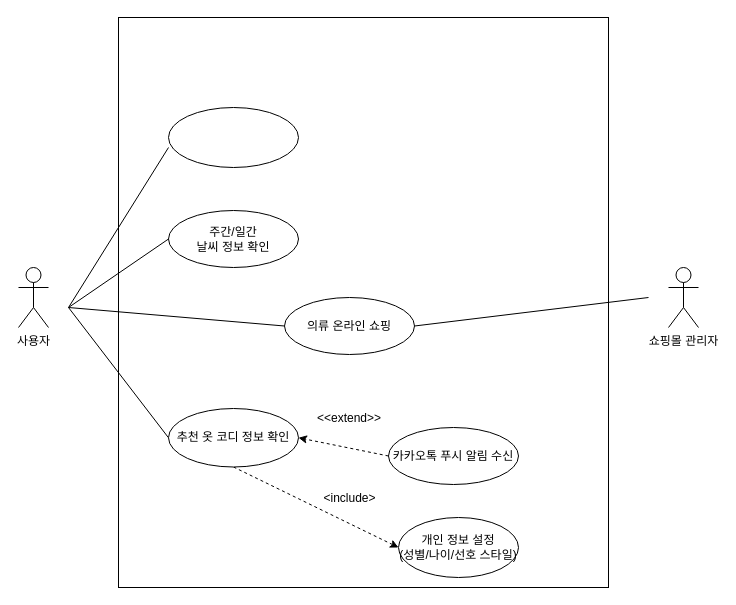
This is Untitled Diagram.drawio from dlwlsdn201/2020CapstonDesign_OOTD-Project, a draw.io file, before an edit. Source tidied: cells renumbered, new cells numbered last; positions are measured from the earlier drawing's top-left corner, leaving out a move shared by most shapes. Both pictures are drawn from the tidied source at 100%, with x=0, y=0 at pixel (18, 17).
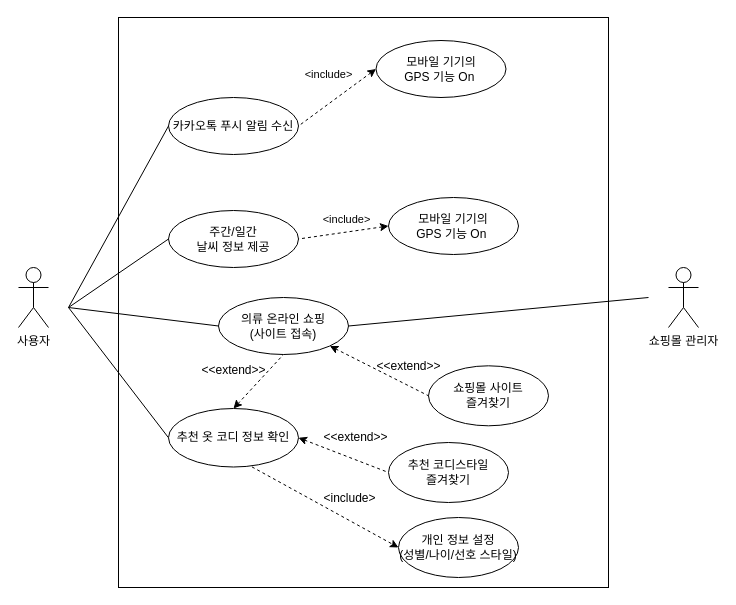
Above is the later version.

Commit message:
Update OOTD Project Diagram

The change refers to these unchanged cells:
```xml
<mxCell id="10" value="추천 옷 코디 정보 확인" style="ellipse;whiteSpace=wrap;html=1;" parent="1" vertex="1">
  <mxGeometry x="150" y="391" width="130" height="58.5" as="geometry" />
</mxCell>
<mxCell id="12" value="개인 정보 설정&lt;br&gt;(성별/나이/선호 스타일)" style="ellipse;whiteSpace=wrap;html=1;" parent="1" vertex="1">
  <mxGeometry x="380" y="500" width="120" height="60" as="geometry" />
</mxCell>
```

Change to the diagram source:
```diff
@@
-    <mxCell id="5" style="edgeStyle=none;rounded=0;orthogonalLoop=1;jettySize=auto;html=1;endArrow=none;endFill=0;" parent="1" edge="1">
+    <mxCell id="5" style="edgeStyle=none;rounded=0;jettySize=auto;html=1;endArrow=none;endFill=0;entryX=0;entryY=0.5;entryDx=0;entryDy=0;" parent="1" edge="1" target="16">
       <mxGeometry relative="1" as="geometry">
         <mxPoint x="50" y="290" as="sourcePoint" />
-        <mxPoint x="150" y="130" as="targetPoint" />
       </mxGeometry>
     </mxCell>
@@
-    <mxCell id="8" value="주간/일간&lt;br&gt;날씨 정보 확인" style="ellipse;whiteSpace=wrap;html=1;" parent="1" vertex="1">
+    <mxCell id="8" value="주간/일간&lt;br&gt;날씨 정보 제공" style="ellipse;whiteSpace=wrap;html=1;" parent="1" vertex="1">
       <mxGeometry x="150" y="193" width="130" height="57" as="geometry" />
     </mxCell>
-    <mxCell id="9" style="rounded=0;jettySize=auto;html=1;exitX=0.5;exitY=1;exitDx=0;exitDy=0;entryX=0;entryY=0.5;entryDx=0;entryDy=0;dashed=1;" parent="1" edge="1" source="10" target="12">
+    <mxCell id="9" style="rounded=0;jettySize=auto;html=1;exitX=0.642;exitY=0.998;exitDx=0;exitDy=0;entryX=0;entryY=0.5;entryDx=0;entryDy=0;dashed=1;exitPerimeter=0;" parent="1" edge="1" source="10" target="12">
       <mxGeometry relative="1" as="geometry" />
     </mxCell>
+    <mxCell id="21" style="edgeStyle=none;rounded=0;jettySize=auto;html=1;exitX=1;exitY=0.5;exitDx=0;exitDy=0;entryX=0;entryY=0.5;entryDx=0;entryDy=0;dashed=1;startArrow=classic;startFill=1;endArrow=none;endFill=0;" parent="1" edge="1" source="10" target="29">
+      <mxGeometry relative="1" as="geometry" />
+    </mxCell>
+    <mxCell id="22" style="edgeStyle=none;rounded=0;jettySize=auto;html=1;exitX=0.5;exitY=0;exitDx=0;exitDy=0;entryX=0.5;entryY=1;entryDx=0;entryDy=0;dashed=1;startArrow=classic;startFill=1;endArrow=none;endFill=0;" parent="1" edge="1" source="10" target="19">
+      <mxGeometry relative="1" as="geometry" />
+    </mxCell>
@@
-    <mxCell id="11" style="ellipse;whiteSpace=wrap;html=1;" parent="1" vertex="1">
-      <mxGeometry x="150" y="90" width="130" height="60" as="geometry" />
-    </mxCell>
@@
-    <mxCell id="15" style="rounded=0;jettySize=auto;html=1;exitX=0;exitY=0.5;exitDx=0;exitDy=0;entryX=1;entryY=0.5;entryDx=0;entryDy=0;dashed=1;" parent="1" edge="1" source="16" target="10">
-      <mxGeometry relative="1" as="geometry" />
-    </mxCell>
     <mxCell id="16" value="카카오톡 푸시 알림 수신" style="ellipse;whiteSpace=wrap;html=1;" parent="1" vertex="1">
-      <mxGeometry x="370" y="410" width="130" height="57" as="geometry" />
+      <mxGeometry x="150" y="80" width="130" height="57" as="geometry" />
     </mxCell>
-    <mxCell id="17" value="&amp;lt;&amp;lt;extend&amp;gt;&amp;gt;" style="text;html=1;strokeColor=none;fillColor=none;align=center;verticalAlign=middle;whiteSpace=wrap;rounded=0;" parent="1" vertex="1">
-      <mxGeometry x="311" y="391" width="40" height="20" as="geometry" />
-    </mxCell>
@@
-    <mxCell id="19" value="의류 온라인 쇼핑" style="ellipse;whiteSpace=wrap;html=1;" parent="1" vertex="1">
-      <mxGeometry x="266" y="280" width="130" height="57" as="geometry" />
+    <mxCell id="19" value="의류 온라인 쇼핑&lt;br&gt;(사이트 접속)" style="ellipse;whiteSpace=wrap;html=1;" parent="1" vertex="1">
+      <mxGeometry x="200" y="280" width="130" height="57" as="geometry" />
     </mxCell>
@@
+    <mxCell id="23" style="edgeStyle=none;rounded=0;jettySize=auto;html=1;exitX=0;exitY=0.5;exitDx=0;exitDy=0;entryX=1;entryY=0.5;entryDx=0;entryDy=0;endArrow=none;endFill=0;dashed=1;startArrow=classic;startFill=1;" parent="1" edge="1" source="25" target="8">
+      <mxGeometry relative="1" as="geometry" />
+    </mxCell>
+    <mxCell id="24" value="&amp;lt;include&amp;gt;" style="edgeLabel;html=1;align=center;verticalAlign=middle;" parent="23" vertex="1">
+      <mxGeometry x="-0.38" relative="1" as="geometry">
+        <mxPoint x="-15" y="-11" as="offset" />
+      </mxGeometry>
+    </mxCell>
+    <mxCell id="25" value="모바일 기기의&lt;br&gt;GPS 기능 On&amp;nbsp;" style="ellipse;whiteSpace=wrap;html=1;" parent="1" vertex="1">
+      <mxGeometry x="370" y="180" width="130" height="57" as="geometry" />
+    </mxCell>
+    <mxCell id="26" style="edgeStyle=none;rounded=0;jettySize=auto;html=1;exitX=0;exitY=0.5;exitDx=0;exitDy=0;entryX=1;entryY=0.5;entryDx=0;entryDy=0;dashed=1;startArrow=classic;startFill=1;endArrow=none;endFill=0;" parent="1" edge="1" source="27" target="16">
+      <mxGeometry relative="1" as="geometry" />
+    </mxCell>
+    <mxCell id="27" value="모바일 기기의&lt;br&gt;GPS 기능 On&amp;nbsp;" style="ellipse;whiteSpace=wrap;html=1;" parent="1" vertex="1">
+      <mxGeometry x="357.5" y="23" width="130" height="57" as="geometry" />
+    </mxCell>
+    <mxCell id="28" value="&amp;lt;include&amp;gt;" style="edgeLabel;html=1;align=center;verticalAlign=middle;" parent="1" vertex="1">
+      <mxGeometry x="331" y="221.5" as="geometry">
+        <mxPoint x="-22" y="-165" as="offset" />
+      </mxGeometry>
+    </mxCell>
+    <mxCell id="29" value="추천 코디스타일&lt;br&gt;즐겨찾기" style="ellipse;whiteSpace=wrap;html=1;" parent="1" vertex="1">
+      <mxGeometry x="370" y="425" width="120" height="60" as="geometry" />
+    </mxCell>
+    <mxCell id="30" value="쇼핑몰 사이트&lt;br&gt;즐겨찾기" style="ellipse;whiteSpace=wrap;html=1;" parent="1" vertex="1">
+      <mxGeometry x="410" y="348.3" width="120" height="60" as="geometry" />
+    </mxCell>
+    <mxCell id="31" style="edgeStyle=none;rounded=0;jettySize=auto;html=1;exitX=1;exitY=1;exitDx=0;exitDy=0;entryX=0;entryY=0.5;entryDx=0;entryDy=0;dashed=1;startArrow=classic;startFill=1;endArrow=none;endFill=0;" parent="1" edge="1" source="19" target="30">
+      <mxGeometry relative="1" as="geometry" />
+    </mxCell>
+    <mxCell id="32" value="&amp;lt;&amp;lt;extend&amp;gt;&amp;gt;" style="text;html=1;strokeColor=none;fillColor=none;align=center;verticalAlign=middle;whiteSpace=wrap;rounded=0;" parent="1" vertex="1">
+      <mxGeometry x="311" y="408.3" width="53" height="24" as="geometry" />
+    </mxCell>
+    <mxCell id="33" value="&lt;br&gt;" style="text;html=1;align=center;verticalAlign=middle;" parent="32" vertex="1">
+      <mxGeometry x="25" y="4" width="20" height="20" as="geometry" />
+    </mxCell>
+    <mxCell id="34" value="&amp;lt;&amp;lt;extend&amp;gt;&amp;gt;" style="text;html=1;strokeColor=none;fillColor=none;align=center;verticalAlign=middle;whiteSpace=wrap;rounded=0;" parent="1" vertex="1">
+      <mxGeometry x="364" y="337" width="53" height="24" as="geometry" />
+    </mxCell>
+    <mxCell id="35" value="&lt;br&gt;" style="text;html=1;align=center;verticalAlign=middle;" parent="34" vertex="1">
+      <mxGeometry x="25" y="4" width="20" height="20" as="geometry" />
+    </mxCell>
+    <mxCell id="36" value="&amp;lt;&amp;lt;extend&amp;gt;&amp;gt;" style="text;html=1;strokeColor=none;fillColor=none;align=center;verticalAlign=middle;whiteSpace=wrap;rounded=0;" parent="1" vertex="1">
+      <mxGeometry x="188.5" y="341" width="53" height="24" as="geometry" />
+    </mxCell>
+    <mxCell id="37" value="&lt;br&gt;" style="text;html=1;align=center;verticalAlign=middle;" parent="36" vertex="1">
+      <mxGeometry x="25" y="4" width="20" height="20" as="geometry" />
+    </mxCell>
```
